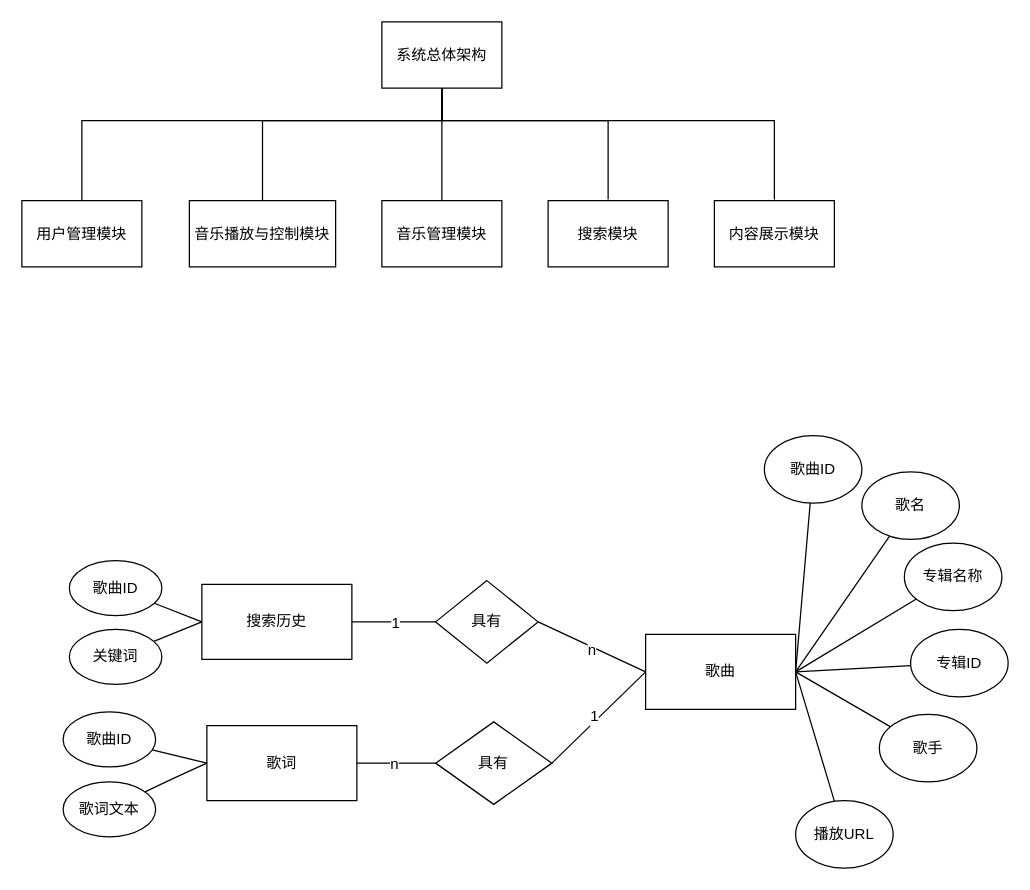
Before: 云听模块.drawio in jixiuy/DrawIO, a draw.io diagram. Source tidied: cells renumbered, new cells numbered last; positions are measured from the earlier drawing's top-left corner, leaving out a move shared by most shapes. Both pictures are drawn from the tidied source at 125%, with x=0, y=0 at pixel (21, 21).
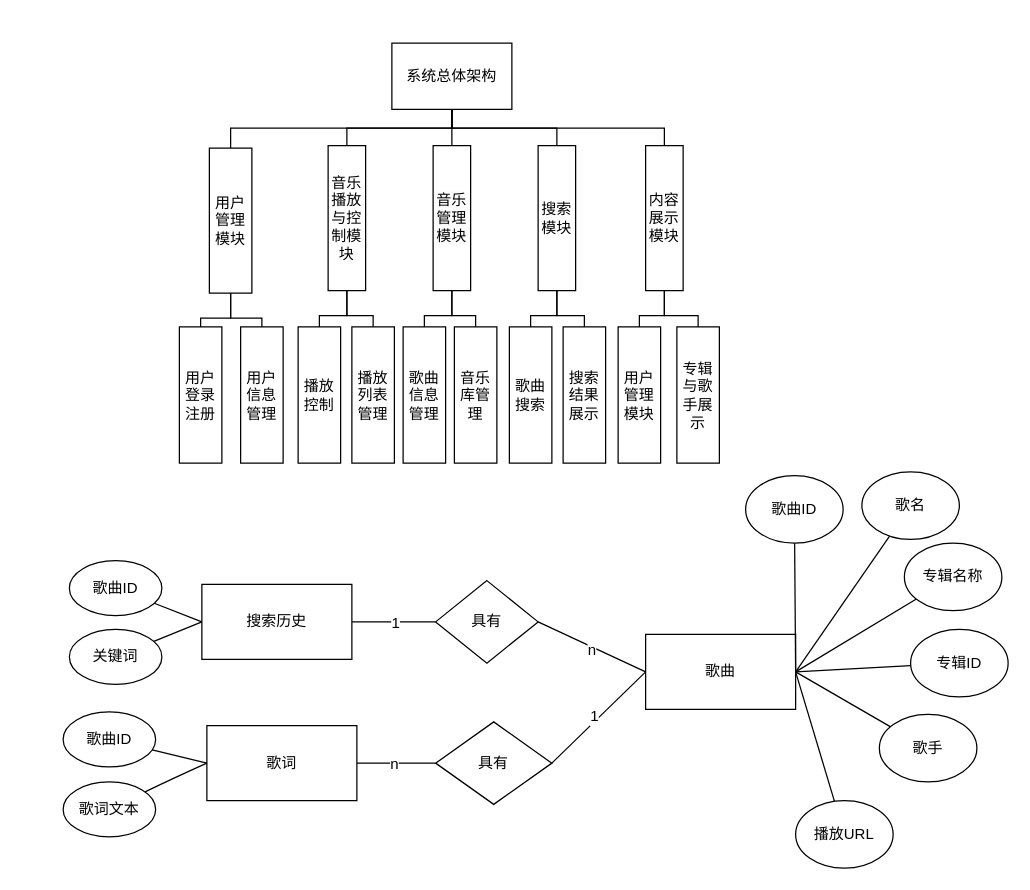
Above is the later version.

Commit message:
更新云听模块.drawio

Change to the diagram source:
```diff
@@
+    <mxCell id="4" style="edgeStyle=orthogonalEdgeStyle;rounded=0;jettySize=auto;html=1;endArrow=none;endFill=0;" parent="1" edge="1" source="7" target="11">
+      <mxGeometry relative="1" as="geometry" />
+    </mxCell>
+    <mxCell id="51" style="edgeStyle=orthogonalEdgeStyle;rounded=0;jettySize=auto;html=1;entryX=0.75;entryY=0;entryDx=0;entryDy=0;endArrow=none;endFill=0;" parent="1" edge="1" source="7" target="12">
+      <mxGeometry relative="1" as="geometry">
+        <Array as="points">
+          <mxPoint x="344" y="85" />
+          <mxPoint x="428" y="85" />
+          <mxPoint x="428" y="99" />
+        </Array>
+      </mxGeometry>
+    </mxCell>
+    <mxCell id="52" style="edgeStyle=orthogonalEdgeStyle;rounded=0;jettySize=auto;html=1;endArrow=none;endFill=0;" parent="1" edge="1" source="7" target="10">
+      <mxGeometry relative="1" as="geometry">
+        <Array as="points">
+          <mxPoint x="344" y="85" />
+          <mxPoint x="514" y="85" />
+        </Array>
+      </mxGeometry>
+    </mxCell>
     <mxCell id="2" style="edgeStyle=orthogonalEdgeStyle;rounded=0;jettySize=auto;html=1;endArrow=none;endFill=0;" parent="1" edge="1" source="7" target="8">
       <mxGeometry relative="1" as="geometry">
         <Array as="points">
-          <mxPoint x="336" y="79" />
-          <mxPoint x="48" y="79" />
+          <mxPoint x="344" y="85" />
+          <mxPoint x="167" y="85" />
         </Array>
       </mxGeometry>
     </mxCell>
     <mxCell id="3" style="edgeStyle=orthogonalEdgeStyle;rounded=0;jettySize=auto;html=1;entryX=0.5;entryY=0;entryDx=0;entryDy=0;endArrow=none;endFill=0;" parent="1" edge="1" source="7" target="9">
       <mxGeometry relative="1" as="geometry">
         <Array as="points">
-          <mxPoint x="336" y="79" />
-          <mxPoint x="193" y="79" />
+          <mxPoint x="344" y="85" />
+          <mxPoint x="260" y="85" />
         </Array>
       </mxGeometry>
     </mxCell>
-    <mxCell id="4" style="edgeStyle=orthogonalEdgeStyle;rounded=0;jettySize=auto;html=1;endArrow=none;endFill=0;" parent="1" edge="1" source="7" target="11">
-      <mxGeometry relative="1" as="geometry" />
-    </mxCell>
-    <mxCell id="5" style="edgeStyle=orthogonalEdgeStyle;rounded=0;orthogonalLoop=1;jettySize=auto;html=1;endArrow=none;endFill=0;" parent="1" edge="1">
-      <mxGeometry relative="1" as="geometry">
-        <mxPoint x="336" y="52" as="sourcePoint" />
-        <mxPoint x="469" y="142" as="targetPoint" />
-        <Array as="points">
-          <mxPoint x="336" y="79" />
-          <mxPoint x="469" y="79" />
-        </Array>
-      </mxGeometry>
-    </mxCell>
-    <mxCell id="6" style="edgeStyle=orthogonalEdgeStyle;rounded=0;orthogonalLoop=1;jettySize=auto;html=1;endArrow=none;endFill=0;" parent="1" edge="1">
-      <mxGeometry relative="1" as="geometry">
-        <mxPoint x="336" y="52" as="sourcePoint" />
-        <mxPoint x="602" y="142" as="targetPoint" />
-        <Array as="points">
-          <mxPoint x="336" y="79" />
-          <mxPoint x="602" y="79" />
-        </Array>
-      </mxGeometry>
-    </mxCell>
     <mxCell id="7" value="系统总体架构" style="rounded=0;whiteSpace=wrap;html=1;" parent="1" vertex="1">
-      <mxGeometry x="288" width="96" height="53" as="geometry" />
+      <mxGeometry x="296" y="17" width="96" height="53" as="geometry" />
     </mxCell>
+    <mxCell id="53" style="edgeStyle=orthogonalEdgeStyle;rounded=0;jettySize=auto;html=1;endArrow=none;endFill=0;" parent="1" edge="1" source="8" target="63">
+      <mxGeometry relative="1" as="geometry" />
+    </mxCell>
+    <mxCell id="54" style="edgeStyle=orthogonalEdgeStyle;rounded=0;jettySize=auto;html=1;endArrow=none;endFill=0;" parent="1" edge="1" source="8" target="71">
+      <mxGeometry relative="1" as="geometry" />
+    </mxCell>
     <mxCell id="8" value="用户管理模块" style="rounded=0;whiteSpace=wrap;html=1;" parent="1" vertex="1">
-      <mxGeometry y="143" width="96" height="53" as="geometry" />
+      <mxGeometry x="150" y="101" width="34" height="116" as="geometry" />
     </mxCell>
+    <mxCell id="55" style="edgeStyle=orthogonalEdgeStyle;rounded=0;jettySize=auto;html=1;endArrow=none;endFill=0;" parent="1" edge="1" source="9" target="70">
+      <mxGeometry relative="1" as="geometry" />
+    </mxCell>
+    <mxCell id="56" style="edgeStyle=orthogonalEdgeStyle;rounded=0;jettySize=auto;html=1;endArrow=none;endFill=0;" parent="1" edge="1" source="9" target="68">
+      <mxGeometry relative="1" as="geometry" />
+    </mxCell>
     <mxCell id="9" value="音乐播放与控制模块" style="rounded=0;whiteSpace=wrap;html=1;" parent="1" vertex="1">
-      <mxGeometry x="134" y="143" width="117" height="53" as="geometry" />
+      <mxGeometry x="245" y="99" width="30" height="116" as="geometry" />
     </mxCell>
-    <mxCell id="10" value="内容展示模块" style="rounded=0;whiteSpace=wrap;html=1;" parent="1" vertex="1">
-      <mxGeometry x="554" y="143" width="96" height="53" as="geometry" />
-    </mxCell>
-    <mxCell id="11" value="音乐管理模块" style="rounded=0;whiteSpace=wrap;html=1;" parent="1" vertex="1">
-      <mxGeometry x="288" y="143" width="96" height="53" as="geometry" />
-    </mxCell>
-    <mxCell id="12" value="搜索模块" style="rounded=0;whiteSpace=wrap;html=1;" parent="1" vertex="1">
-      <mxGeometry x="421" y="143" width="96" height="53" as="geometry" />
-    </mxCell>
@@
     <mxCell id="26" value="歌曲ID" style="ellipse;whiteSpace=wrap;html=1;" parent="1" vertex="1">
-      <mxGeometry x="594" y="331" width="78" height="54" as="geometry" />
+      <mxGeometry x="579" y="363" width="78" height="54" as="geometry" />
     </mxCell>
@@
+    <mxCell id="57" style="edgeStyle=orthogonalEdgeStyle;rounded=0;jettySize=auto;html=1;endArrow=none;endFill=0;" parent="1" edge="1" source="10" target="67">
+      <mxGeometry relative="1" as="geometry" />
+    </mxCell>
+    <mxCell id="58" style="edgeStyle=orthogonalEdgeStyle;rounded=0;jettySize=auto;html=1;endArrow=none;endFill=0;" parent="1" edge="1" source="10" target="72">
+      <mxGeometry relative="1" as="geometry" />
+    </mxCell>
+    <mxCell id="10" value="内容展示模块" style="rounded=0;whiteSpace=wrap;html=1;" parent="1" vertex="1">
+      <mxGeometry x="499" y="99" width="30" height="116" as="geometry" />
+    </mxCell>
+    <mxCell id="59" style="edgeStyle=orthogonalEdgeStyle;rounded=0;jettySize=auto;html=1;endArrow=none;endFill=0;" parent="1" edge="1" source="12" target="64">
+      <mxGeometry relative="1" as="geometry" />
+    </mxCell>
+    <mxCell id="60" style="edgeStyle=orthogonalEdgeStyle;rounded=0;jettySize=auto;html=1;endArrow=none;endFill=0;" parent="1" edge="1" source="12" target="66">
+      <mxGeometry relative="1" as="geometry" />
+    </mxCell>
+    <mxCell id="12" value="搜索模块" style="rounded=0;whiteSpace=wrap;html=1;" parent="1" vertex="1">
+      <mxGeometry x="413" y="99" width="30" height="116" as="geometry" />
+    </mxCell>
+    <mxCell id="61" style="edgeStyle=orthogonalEdgeStyle;rounded=0;jettySize=auto;html=1;endArrow=none;endFill=0;" parent="1" edge="1" source="11" target="69">
+      <mxGeometry relative="1" as="geometry" />
+    </mxCell>
+    <mxCell id="62" style="edgeStyle=orthogonalEdgeStyle;rounded=0;jettySize=auto;html=1;endArrow=none;endFill=0;" parent="1" edge="1" source="11" target="65">
+      <mxGeometry relative="1" as="geometry" />
+    </mxCell>
+    <mxCell id="11" value="&lt;span style=&quot;color: rgb(0, 0, 0); font-family: Helvetica; font-size: 12px; font-style: normal; font-variant-ligatures: normal; font-variant-caps: normal; font-weight: 400; letter-spacing: normal; orphans: 2; text-align: center; text-indent: 0px; text-transform: none; widows: 2; word-spacing: 0px; -webkit-text-stroke-width: 0px; white-space: normal; background-color: rgb(251, 251, 251); text-decoration-thickness: initial; text-decoration-style: initial; text-decoration-color: initial; display: inline !important; float: none;&quot;&gt;音乐管理模块&lt;/span&gt;" style="rounded=0;whiteSpace=wrap;html=1;" parent="1" vertex="1">
+      <mxGeometry x="329" y="99" width="30" height="116" as="geometry" />
+    </mxCell>
+    <mxCell id="63" value="用户登录注册" style="rounded=0;whiteSpace=wrap;html=1;" parent="1" vertex="1">
+      <mxGeometry x="126" y="244" width="34" height="109" as="geometry" />
+    </mxCell>
+    <mxCell id="64" value="歌曲搜索" style="rounded=0;whiteSpace=wrap;html=1;" parent="1" vertex="1">
+      <mxGeometry x="390" y="244" width="34" height="109" as="geometry" />
+    </mxCell>
+    <mxCell id="65" value="音乐库管理" style="rounded=0;whiteSpace=wrap;html=1;" parent="1" vertex="1">
+      <mxGeometry x="346" y="244" width="34" height="109" as="geometry" />
+    </mxCell>
+    <mxCell id="66" value="搜索结果展示" style="rounded=0;whiteSpace=wrap;html=1;" parent="1" vertex="1">
+      <mxGeometry x="433" y="244" width="34" height="109" as="geometry" />
+    </mxCell>
+    <mxCell id="67" value="用户管理模块" style="rounded=0;whiteSpace=wrap;html=1;" parent="1" vertex="1">
+      <mxGeometry x="477" y="244" width="34" height="109" as="geometry" />
+    </mxCell>
+    <mxCell id="68" value="播放列表管理" style="rounded=0;whiteSpace=wrap;html=1;" parent="1" vertex="1">
+      <mxGeometry x="264" y="244" width="34" height="109" as="geometry" />
+    </mxCell>
+    <mxCell id="69" value="歌曲信息管理" style="rounded=0;whiteSpace=wrap;html=1;" parent="1" vertex="1">
+      <mxGeometry x="305" y="244" width="34" height="109" as="geometry" />
+    </mxCell>
+    <mxCell id="70" value="播放控制" style="rounded=0;whiteSpace=wrap;html=1;" parent="1" vertex="1">
+      <mxGeometry x="221" y="244" width="34" height="109" as="geometry" />
+    </mxCell>
+    <mxCell id="71" value="用户信息管理" style="rounded=0;whiteSpace=wrap;html=1;" parent="1" vertex="1">
+      <mxGeometry x="175" y="244" width="34" height="109" as="geometry" />
+    </mxCell>
+    <mxCell id="72" value="专辑与歌手展示" style="rounded=0;whiteSpace=wrap;html=1;" parent="1" vertex="1">
+      <mxGeometry x="524" y="244" width="34" height="109" as="geometry" />
+    </mxCell>
```
